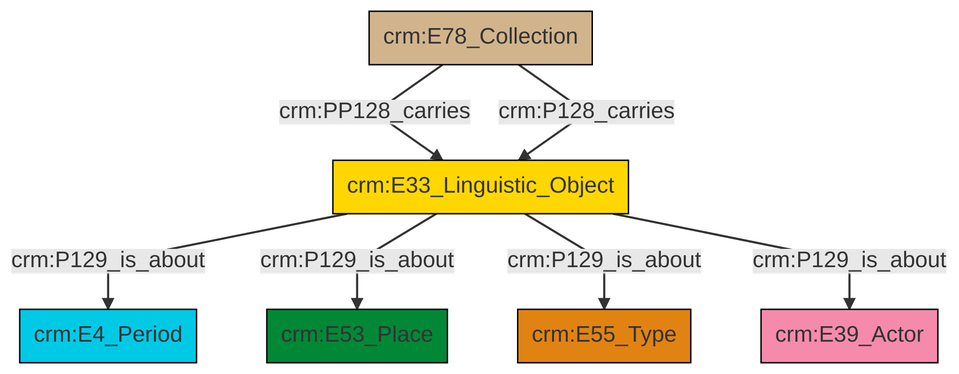
Before: et/archivalCSV/ttl/mmd/png/archival_aboutness.png, a diagram exported from Mermaid (swiss-art-research-net/docs.swissartresearch). Its source is kept beside it as et/archivalCSV/ttl/mmd/archival_aboutness.ttl.mmd.
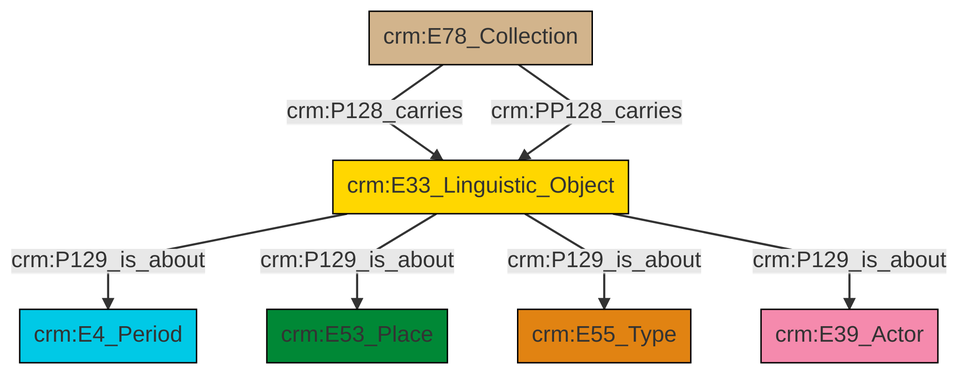
After the change.

The edit, as a diff of the source:
```diff
@@ -13,9 +13,9 @@
 classDef PC_Classes fill:#4ce600, stroke:#000000;
 classDef Multi fill:#cccccc,stroke:#000000;
 
-2["crm:E78_Collection"]:::Physical_Thing -->|crm:PP128_carries| 4["crm:E33_Linguistic_Object"]:::Conceptual_Object
-4["crm:E33_Linguistic_Object"]:::Conceptual_Object -->|crm:P129_is_about| 6["crm:E4_Period"]:::Temporal_Entity
-4["crm:E33_Linguistic_Object"]:::Conceptual_Object -->|crm:P129_is_about| 0["crm:E53_Place"]:::Place
-2["crm:E78_Collection"]:::Physical_Thing -->|crm:P128_carries| 4["crm:E33_Linguistic_Object"]:::Conceptual_Object
-4["crm:E33_Linguistic_Object"]:::Conceptual_Object -->|crm:P129_is_about| 9["crm:E55_Type"]:::Type
-4["crm:E33_Linguistic_Object"]:::Conceptual_Object -->|crm:P129_is_about| 7["crm:E39_Actor"]:::Actor
+2["crm:E33_Linguistic_Object"]:::Conceptual_Object -->|crm:P129_is_about| 3["crm:E4_Period"]:::Temporal_Entity
+2["crm:E33_Linguistic_Object"]:::Conceptual_Object -->|crm:P129_is_about| 4["crm:E53_Place"]:::Place
+6["crm:E78_Collection"]:::Physical_Thing -->|crm:P128_carries| 2["crm:E33_Linguistic_Object"]:::Conceptual_Object
+2["crm:E33_Linguistic_Object"]:::Conceptual_Object -->|crm:P129_is_about| 0["crm:E55_Type"]:::Type
+6["crm:E78_Collection"]:::Physical_Thing -->|crm:PP128_carries| 2["crm:E33_Linguistic_Object"]:::Conceptual_Object
+2["crm:E33_Linguistic_Object"]:::Conceptual_Object -->|crm:P129_is_about| 9["crm:E39_Actor"]:::Actor
```
